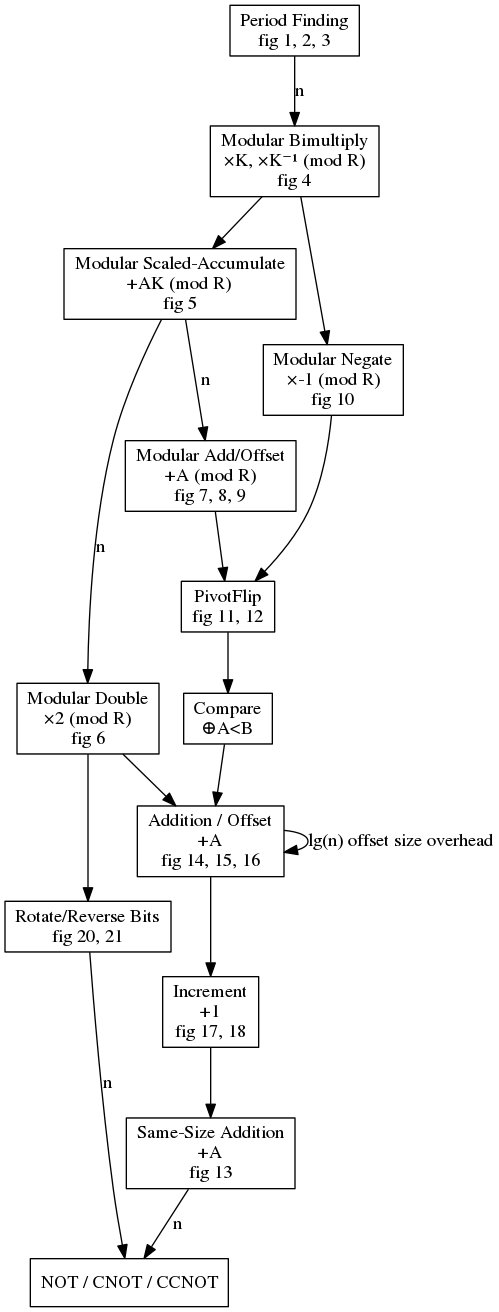
This is doc/assets/dependencies.png from Strilanc/PaperImpl-2017-DirtyPeriodFinding, a Graphviz export, as it was before one commit. Its source is kept beside it as doc/assets/dependencies.gv.
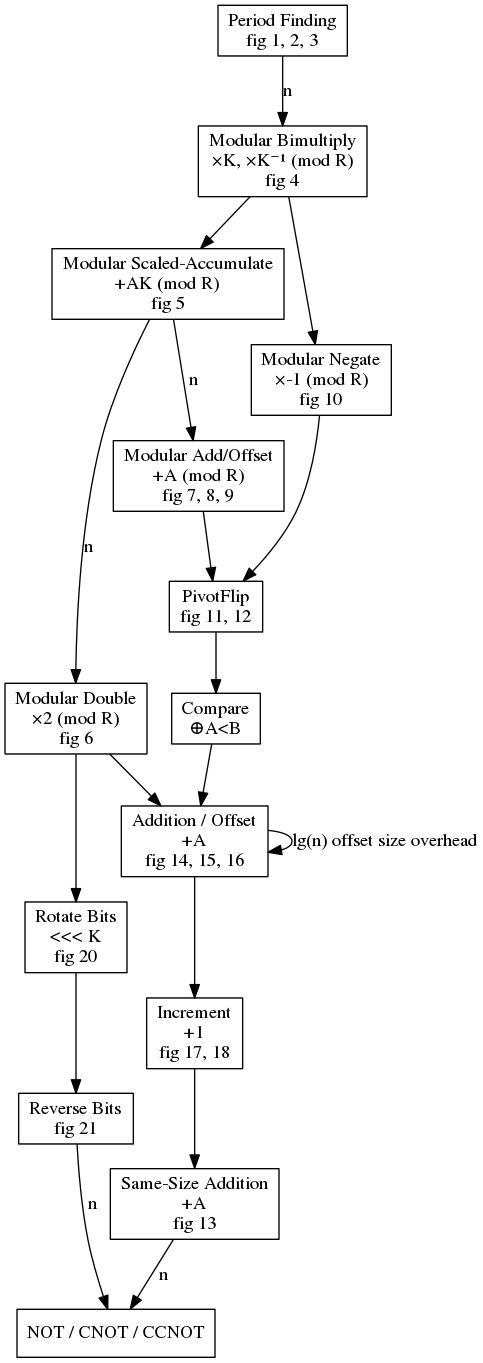
The same diagram one commit later.

Change to the diagram source:
```diff
@@ -13,7 +13,8 @@
   SameSizeAdd [label="Same-Size Addition\n+A\nfig 13"]
   Add [label="Addition / Offset\n+A\nfig 14, 15, 16"]
   Increment [label="Increment\n+1\nfig 17, 18"]
-  PermuteBits [label="Rotate/Reverse Bits\nfig 20, 21"]
+  RotateBits [label="Rotate Bits\n<<< K\nfig 20"]
+  ReverseBits [label="Reverse Bits\nfig 21"]
   Leaf [label="NOT / CNOT / CCNOT"]
 
   edge [label="n"]
@@ -26,7 +27,10 @@
   ModularMultiplyAccumulate -> ModularDouble, ModularAdd
 
   edge [label=""]
-  ModularDouble -> Add, PermuteBits
+  ModularDouble -> Add, RotateBits
+
+  edge [label=""]
+  RotateBits -> ReverseBits
 
   edge [label=""]
   ModularAdd -> PivotFlip
@@ -52,5 +56,5 @@
   SameSizeAdd -> Leaf
 
   edge [label="n"]
-  PermuteBits -> Leaf
+  ReverseBits -> Leaf
 }
```
